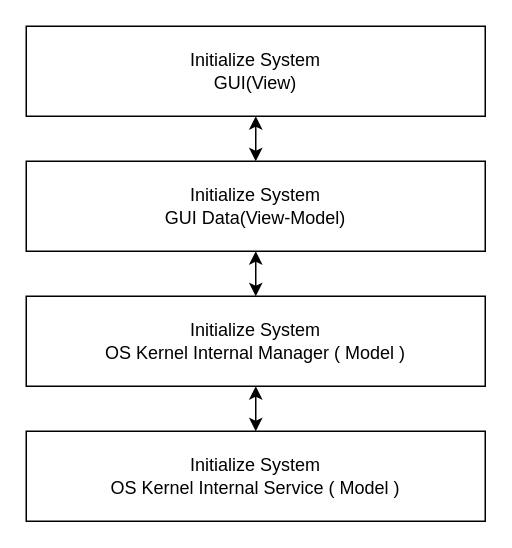
Above: page "System Initialization" (1 of 15) of SG9KG5/Program Architecture.drawio in Jasson-Chou/Software-Projects (draw.io), before the change. Source tidied: cells renumbered, new cells numbered last; positions are measured from the earlier drawing's top-left corner, leaving out a move shared by most shapes. Both pictures are drawn from the tidied source at 150%, with x=0, y=0 at pixel (26, 26).
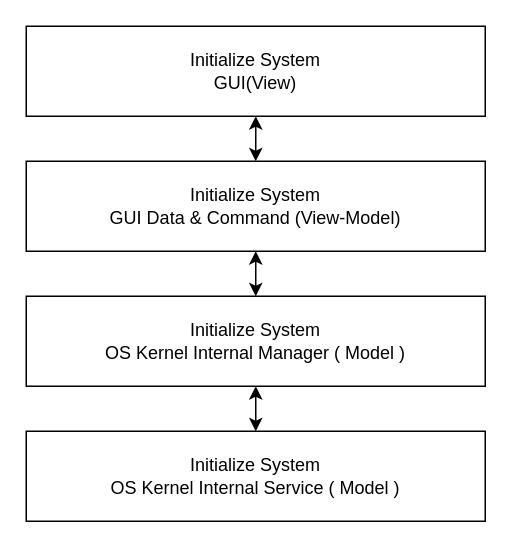
The same page after the edit.

Diff of the diagram source:
```diff
@@
 <mxGraphModel>
   <root>
     <mxCell id="0" />
     <mxCell id="1" parent="0" />
     <mxCell id="2" value="Initialize System &lt;br&gt;GUI(View)" style="rounded=0;whiteSpace=wrap;html=1;" parent="1" vertex="1">
       <mxGeometry width="306" height="60" as="geometry" />
     </mxCell>
-    <mxCell id="3" value="Initialize System &lt;br&gt;GUI Data(View-Model)" style="rounded=0;whiteSpace=wrap;html=1;" parent="1" vertex="1">
+    <mxCell id="3" value="Initialize System &lt;br&gt;GUI Data &amp;amp; Command (View-Model)" style="rounded=0;whiteSpace=wrap;html=1;" parent="1" vertex="1">
       <mxGeometry y="90" width="306" height="60" as="geometry" />
     </mxCell>
     <mxCell id="4" value="Initialize System &lt;br&gt;OS Kernel Internal Service ( Model )" style="rounded=0;whiteSpace=wrap;html=1;" parent="1" vertex="1">
       <mxGeometry y="270" width="306" height="60" as="geometry" />
     </mxCell>
     <mxCell id="5" value="Initialize System &lt;br&gt;OS Kernel Internal Manager ( Model )" style="rounded=0;whiteSpace=wrap;html=1;" parent="1" vertex="1">
       <mxGeometry y="180" width="306" height="60" as="geometry" />
     </mxCell>
     <mxCell id="6" style="endArrow=classic;startArrow=classic;html=1;entryX=0.5;entryY=1;entryDx=0;entryDy=0;exitX=0.5;exitY=0;exitDx=0;exitDy=0;" parent="1" edge="1" source="3" target="2">
       <mxGeometry relative="1" as="geometry" />
     </mxCell>
     <mxCell id="7" style="endArrow=classic;startArrow=classic;html=1;entryX=0.5;entryY=1;entryDx=0;entryDy=0;exitX=0.5;exitY=0;exitDx=0;exitDy=0;" parent="1" edge="1" source="5" target="3">
       <mxGeometry relative="1" as="geometry" />
     </mxCell>
     <mxCell id="8" style="endArrow=classic;startArrow=classic;html=1;entryX=0.5;entryY=1;entryDx=0;entryDy=0;exitX=0.5;exitY=0;exitDx=0;exitDy=0;" parent="1" edge="1" source="4" target="5">
       <mxGeometry relative="1" as="geometry" />
     </mxCell>
   </root>
 </mxGraphModel>
```
